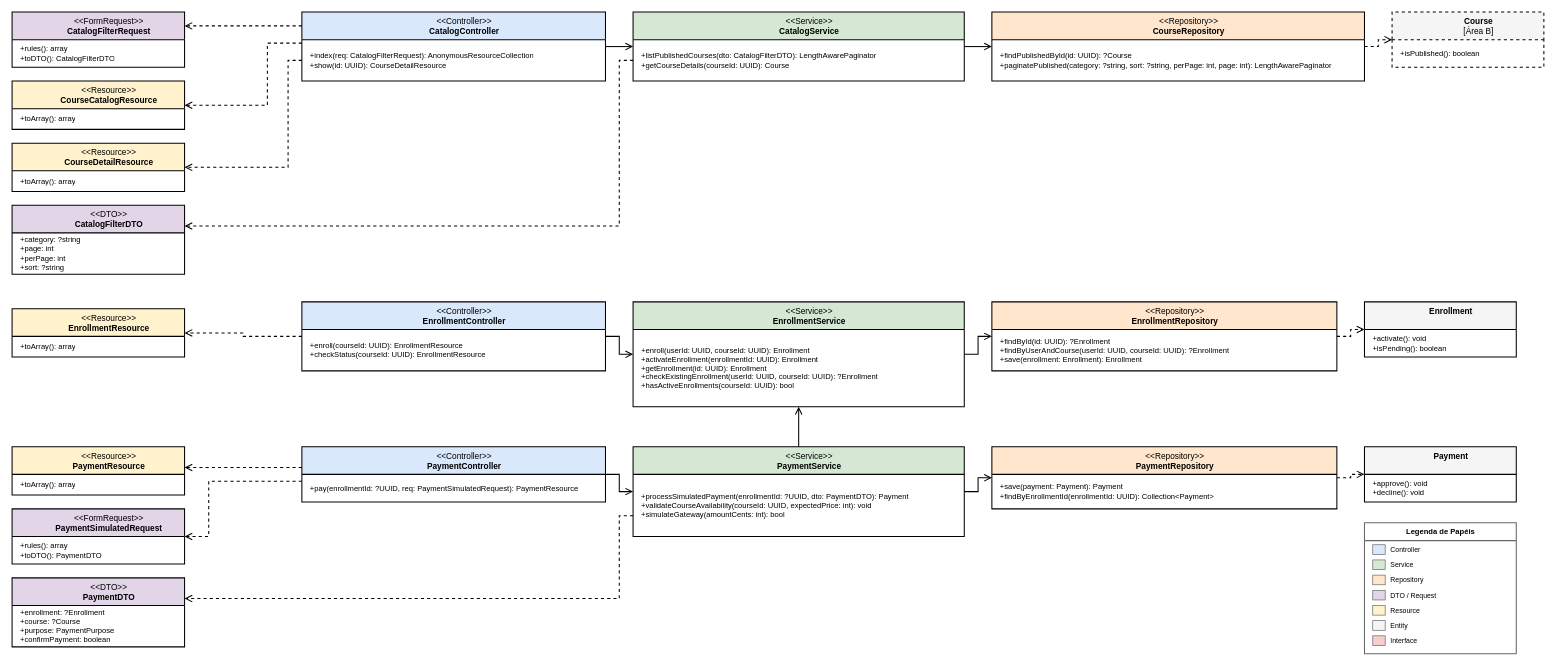
Plataforma-de-Cursos-TCC/plataforma-cursos-docs keeps this draw.io diagram as especificacao/diagramas/13-classes-area-c-implementacao-matricula.drawio. Above is the earlier version. Source tidied: cells renumbered, new cells numbered last; positions are measured from the earlier drawing's top-left corner, leaving out a move shared by most shapes. Both pictures are drawn from the tidied source at 69%, with x=0, y=0 at pixel (12, 12).
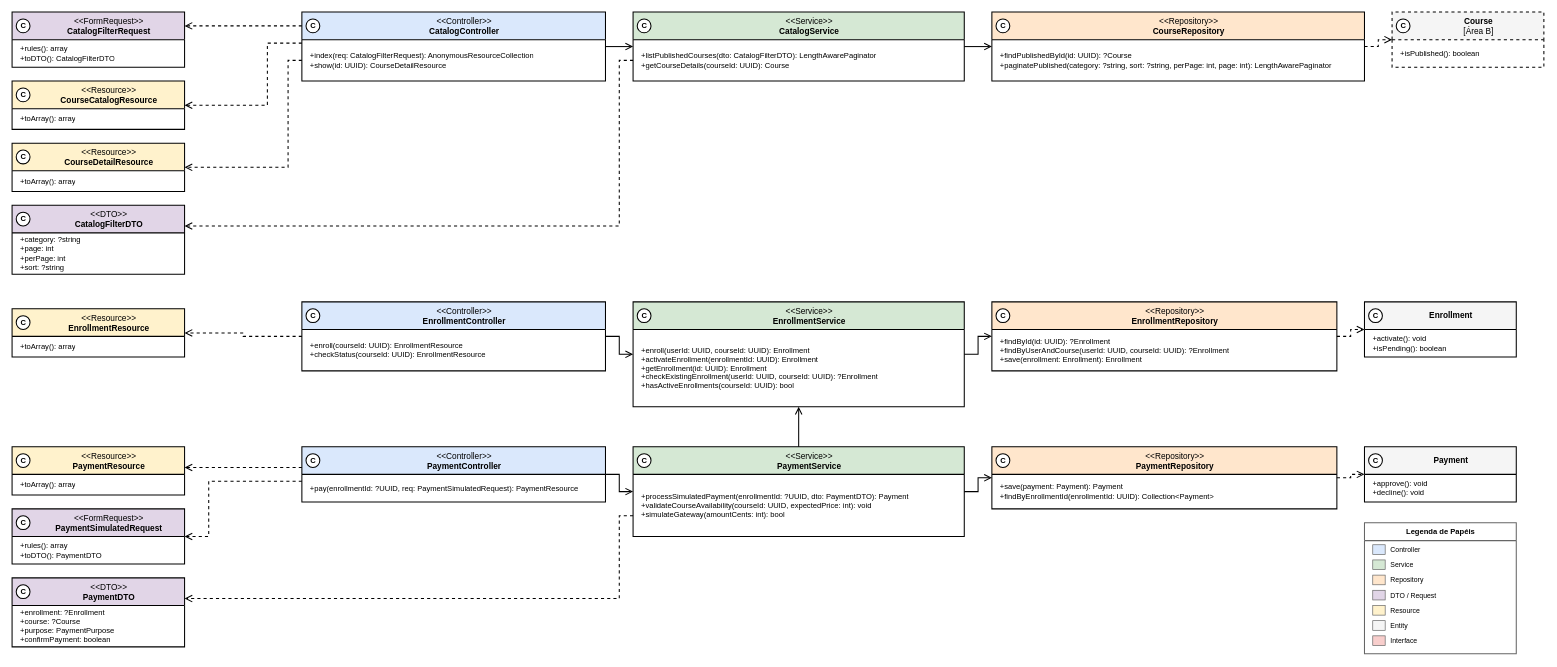
After the change.

Commit message (it also covers changes not shown here):
docs(diagrama-de-classes): restore the type circles on the Area C implementation diagrams

What changed in the source:
```diff
@@
-    <mxCell id="16" value="&lt;b&gt;Course&lt;/b&gt;&lt;br&gt;[Área B]" style="swimlane;html=1;fontStyle=0;align=center;verticalAlign=top;startSize=40;fillColor=#F5F5F5;swimlaneFillColor=#FFFFFF;strokeColor=#000000;strokeWidth=1.5;fontFamily=Helvetica;fontSize=12;fontColor=#000000;rounded=0;spacingLeft=30;dashed=1;" parent="1" vertex="1">
+    <mxCell id="16" value="&lt;b&gt;Course&lt;/b&gt;&lt;br&gt;[Área B]" style="swimlane;html=1;fontStyle=0;align=center;verticalAlign=top;startSize=40;fillColor=#F5F5F5;swimlaneFillColor=#FFFFFF;strokeColor=#000000;strokeWidth=1.5;fontFamily=Helvetica;fontSize=12;fontColor=#000000;rounded=0;dashed=1;spacingLeft=30;" parent="1" vertex="1">
       <mxGeometry x="2000" width="220" height="80" as="geometry" />
     </mxCell>
@@
-    <mxCell id="26" value="&lt;b&gt;Enrollment&lt;/b&gt;" style="swimlane;html=1;fontStyle=0;align=center;verticalAlign=top;startSize=40;fillColor=#F5F5F5;swimlaneFillColor=#FFFFFF;strokeColor=#000000;strokeWidth=1.5;fontFamily=Helvetica;fontSize=12;fontColor=#000000;rounded=0;spacingLeft=30;" parent="1" vertex="1">
+    <mxCell id="26" value="&lt;b&gt;Enrollment&lt;/b&gt;" style="swimlane;html=1;fontStyle=0;align=center;verticalAlign=middle;startSize=40;fillColor=#F5F5F5;swimlaneFillColor=#FFFFFF;strokeColor=#000000;strokeWidth=1.5;fontFamily=Helvetica;fontSize=12;fontColor=#000000;rounded=0;spacingLeft=30;" parent="1" vertex="1">
       <mxGeometry x="1960" y="420" width="220" height="80" as="geometry" />
     </mxCell>
@@
-    <mxCell id="40" value="&lt;b&gt;Payment&lt;/b&gt;" style="swimlane;html=1;fontStyle=0;align=center;verticalAlign=top;startSize=40;fillColor=#F5F5F5;swimlaneFillColor=#FFFFFF;strokeColor=#000000;strokeWidth=1.5;fontFamily=Helvetica;fontSize=12;fontColor=#000000;rounded=0;spacingLeft=30;" parent="1" vertex="1">
+    <mxCell id="40" value="&lt;b&gt;Payment&lt;/b&gt;" style="swimlane;html=1;fontStyle=0;align=center;verticalAlign=middle;startSize=40;fillColor=#F5F5F5;swimlaneFillColor=#FFFFFF;strokeColor=#000000;strokeWidth=1.5;fontFamily=Helvetica;fontSize=12;fontColor=#000000;rounded=0;spacingLeft=30;" parent="1" vertex="1">
       <mxGeometry x="1960" y="630" width="220" height="80" as="geometry" />
     </mxCell>
@@
+    <mxCell id="75" value="C" style="ellipse;html=1;fillColor=#FFFFFF;strokeColor=#000000;strokeWidth=1.5;fontFamily=Helvetica;fontSize=11;fontStyle=1;fontColor=#000000;" parent="1" vertex="1">
+      <mxGeometry x="6" y="10" width="20" height="20" as="geometry" />
+    </mxCell>
+    <mxCell id="76" value="C" style="ellipse;html=1;fillColor=#FFFFFF;strokeColor=#000000;strokeWidth=1.5;fontFamily=Helvetica;fontSize=11;fontStyle=1;fontColor=#000000;" parent="1" vertex="1">
+      <mxGeometry x="6" y="110" width="20" height="20" as="geometry" />
+    </mxCell>
+    <mxCell id="77" value="C" style="ellipse;html=1;fillColor=#FFFFFF;strokeColor=#000000;strokeWidth=1.5;fontFamily=Helvetica;fontSize=11;fontStyle=1;fontColor=#000000;" parent="1" vertex="1">
+      <mxGeometry x="6" y="200" width="20" height="20" as="geometry" />
+    </mxCell>
+    <mxCell id="78" value="C" style="ellipse;html=1;fillColor=#FFFFFF;strokeColor=#000000;strokeWidth=1.5;fontFamily=Helvetica;fontSize=11;fontStyle=1;fontColor=#000000;" parent="1" vertex="1">
+      <mxGeometry x="6" y="290" width="20" height="20" as="geometry" />
+    </mxCell>
+    <mxCell id="79" value="C" style="ellipse;html=1;fillColor=#FFFFFF;strokeColor=#000000;strokeWidth=1.5;fontFamily=Helvetica;fontSize=11;fontStyle=1;fontColor=#000000;" parent="1" vertex="1">
+      <mxGeometry x="426" y="10" width="20" height="20" as="geometry" />
+    </mxCell>
+    <mxCell id="80" value="C" style="ellipse;html=1;fillColor=#FFFFFF;strokeColor=#000000;strokeWidth=1.5;fontFamily=Helvetica;fontSize=11;fontStyle=1;fontColor=#000000;" parent="1" vertex="1">
+      <mxGeometry x="906" y="10" width="20" height="20" as="geometry" />
+    </mxCell>
+    <mxCell id="81" value="C" style="ellipse;html=1;fillColor=#FFFFFF;strokeColor=#000000;strokeWidth=1.5;fontFamily=Helvetica;fontSize=11;fontStyle=1;fontColor=#000000;" parent="1" vertex="1">
+      <mxGeometry x="1426" y="10" width="20" height="20" as="geometry" />
+    </mxCell>
+    <mxCell id="82" value="C" style="ellipse;html=1;fillColor=#FFFFFF;strokeColor=#000000;strokeWidth=1.5;fontFamily=Helvetica;fontSize=11;fontStyle=1;fontColor=#000000;" parent="1" vertex="1">
+      <mxGeometry x="2006" y="10" width="20" height="20" as="geometry" />
+    </mxCell>
+    <mxCell id="83" value="C" style="ellipse;html=1;fillColor=#FFFFFF;strokeColor=#000000;strokeWidth=1.5;fontFamily=Helvetica;fontSize=11;fontStyle=1;fontColor=#000000;" parent="1" vertex="1">
+      <mxGeometry x="6" y="440" width="20" height="20" as="geometry" />
+    </mxCell>
+    <mxCell id="84" value="C" style="ellipse;html=1;fillColor=#FFFFFF;strokeColor=#000000;strokeWidth=1.5;fontFamily=Helvetica;fontSize=11;fontStyle=1;fontColor=#000000;" parent="1" vertex="1">
+      <mxGeometry x="426" y="430" width="20" height="20" as="geometry" />
+    </mxCell>
+    <mxCell id="85" value="C" style="ellipse;html=1;fillColor=#FFFFFF;strokeColor=#000000;strokeWidth=1.5;fontFamily=Helvetica;fontSize=11;fontStyle=1;fontColor=#000000;" parent="1" vertex="1">
+      <mxGeometry x="906" y="430" width="20" height="20" as="geometry" />
+    </mxCell>
+    <mxCell id="86" value="C" style="ellipse;html=1;fillColor=#FFFFFF;strokeColor=#000000;strokeWidth=1.5;fontFamily=Helvetica;fontSize=11;fontStyle=1;fontColor=#000000;" parent="1" vertex="1">
+      <mxGeometry x="1426" y="430" width="20" height="20" as="geometry" />
+    </mxCell>
+    <mxCell id="87" value="C" style="ellipse;html=1;fillColor=#FFFFFF;strokeColor=#000000;strokeWidth=1.5;fontFamily=Helvetica;fontSize=11;fontStyle=1;fontColor=#000000;" parent="1" vertex="1">
+      <mxGeometry x="1966" y="430" width="20" height="20" as="geometry" />
+    </mxCell>
+    <mxCell id="88" value="C" style="ellipse;html=1;fillColor=#FFFFFF;strokeColor=#000000;strokeWidth=1.5;fontFamily=Helvetica;fontSize=11;fontStyle=1;fontColor=#000000;" parent="1" vertex="1">
+      <mxGeometry x="6" y="640" width="20" height="20" as="geometry" />
+    </mxCell>
+    <mxCell id="89" value="C" style="ellipse;html=1;fillColor=#FFFFFF;strokeColor=#000000;strokeWidth=1.5;fontFamily=Helvetica;fontSize=11;fontStyle=1;fontColor=#000000;" parent="1" vertex="1">
+      <mxGeometry x="6" y="730" width="20" height="20" as="geometry" />
+    </mxCell>
+    <mxCell id="90" value="C" style="ellipse;html=1;fillColor=#FFFFFF;strokeColor=#000000;strokeWidth=1.5;fontFamily=Helvetica;fontSize=11;fontStyle=1;fontColor=#000000;" parent="1" vertex="1">
+      <mxGeometry x="6" y="830" width="20" height="20" as="geometry" />
+    </mxCell>
+    <mxCell id="91" value="C" style="ellipse;html=1;fillColor=#FFFFFF;strokeColor=#000000;strokeWidth=1.5;fontFamily=Helvetica;fontSize=11;fontStyle=1;fontColor=#000000;" parent="1" vertex="1">
+      <mxGeometry x="426" y="640" width="20" height="20" as="geometry" />
+    </mxCell>
+    <mxCell id="92" value="C" style="ellipse;html=1;fillColor=#FFFFFF;strokeColor=#000000;strokeWidth=1.5;fontFamily=Helvetica;fontSize=11;fontStyle=1;fontColor=#000000;" parent="1" vertex="1">
+      <mxGeometry x="906" y="640" width="20" height="20" as="geometry" />
+    </mxCell>
+    <mxCell id="93" value="C" style="ellipse;html=1;fillColor=#FFFFFF;strokeColor=#000000;strokeWidth=1.5;fontFamily=Helvetica;fontSize=11;fontStyle=1;fontColor=#000000;" parent="1" vertex="1">
+      <mxGeometry x="1426" y="640" width="20" height="20" as="geometry" />
+    </mxCell>
+    <mxCell id="94" value="C" style="ellipse;html=1;fillColor=#FFFFFF;strokeColor=#000000;strokeWidth=1.5;fontFamily=Helvetica;fontSize=11;fontStyle=1;fontColor=#000000;" parent="1" vertex="1">
+      <mxGeometry x="1966" y="640" width="20" height="20" as="geometry" />
+    </mxCell>
```
